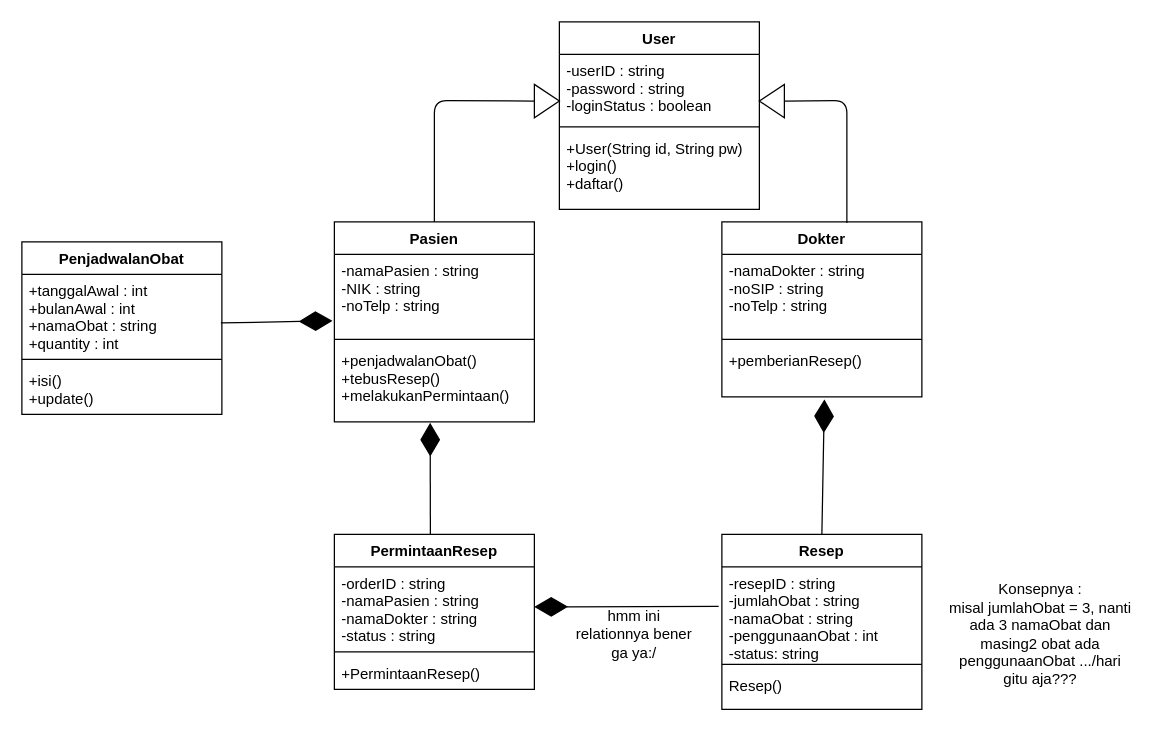
The draw.io diagram class diagram.drawio in WidadAbida/Praktikum-PPL, before the edit. Source tidied: cells renumbered, new cells numbered last; positions are measured from the earlier drawing's top-left corner, leaving out a move shared by most shapes. Both pictures are drawn from the tidied source at 125%, with x=0, y=0 at pixel (21, 21).
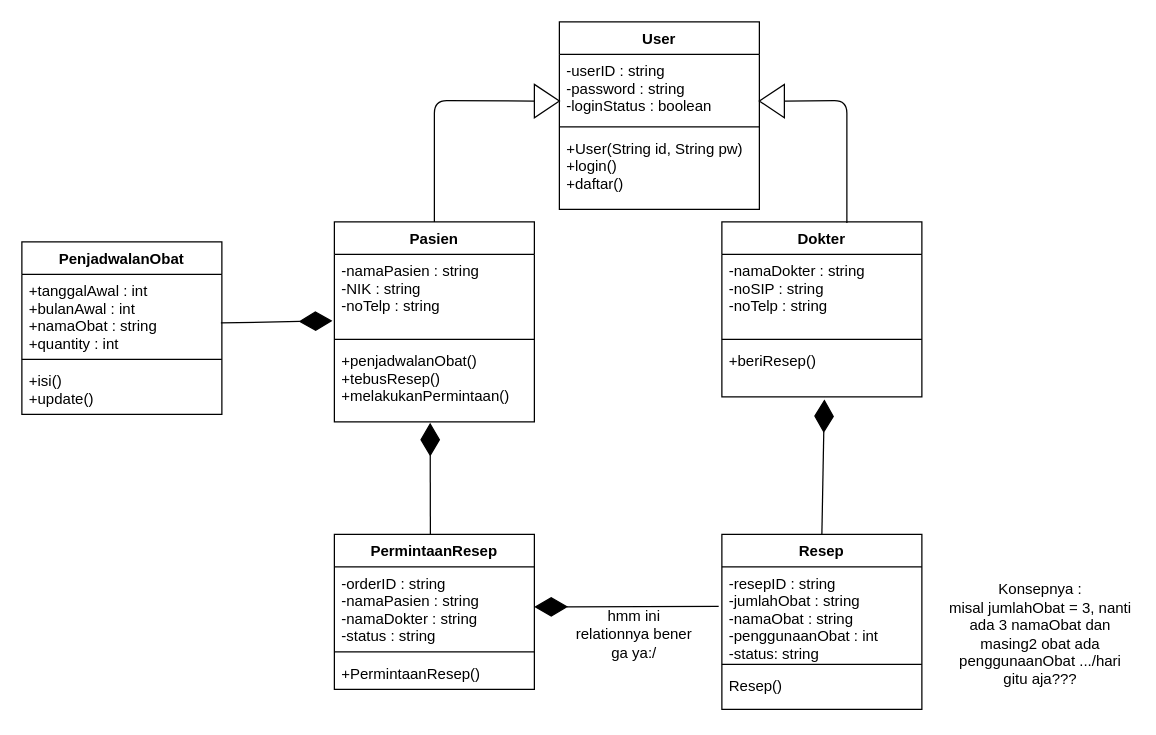
The same diagram, later.

The change refers to these unchanged cells:
```xml
<mxCell id="10" value="Dokter" style="swimlane;fontStyle=1;align=center;verticalAlign=top;horizontal=1;startSize=26;" parent="1" vertex="1">
  <mxGeometry x="560" y="160" width="160" height="140" as="geometry" />
</mxCell>
```

Change to the diagram source:
```diff
@@
-    <mxCell id="13" value="+pemberianResep()" style="text;strokeColor=none;fillColor=none;align=left;verticalAlign=top;spacingLeft=4;spacingRight=4;overflow=hidden;" parent="10" vertex="1">
+    <mxCell id="13" value="+beriResep()" style="text;strokeColor=none;fillColor=none;align=left;verticalAlign=top;spacingLeft=4;spacingRight=4;overflow=hidden;" parent="10" vertex="1">
       <mxGeometry y="98" width="160" height="42" as="geometry" />
     </mxCell>
```
